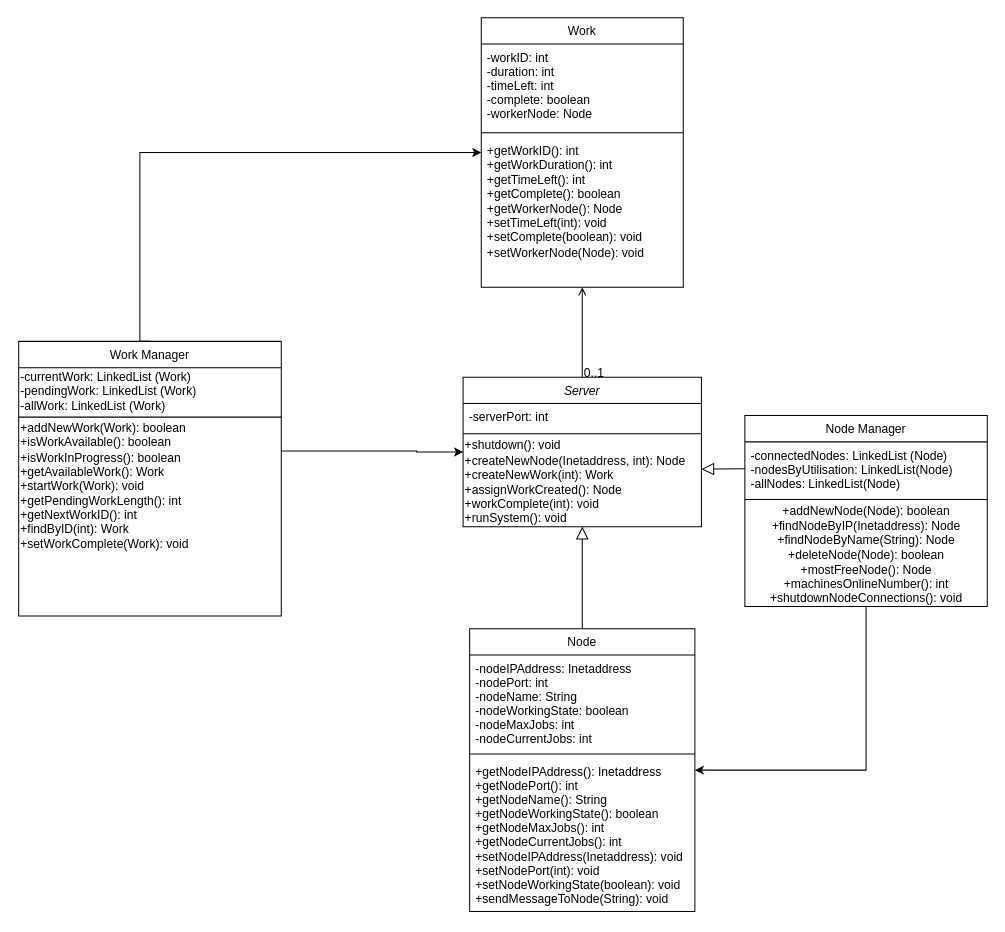
aangu5/COMP27001_Load_Balancer_Server keeps this draw.io diagram as Server Class Diagram.drawio. Above is the earlier version. Source tidied: cells renumbered, new cells numbered last; positions are measured from the earlier drawing's top-left corner, leaving out a move shared by most shapes. Both pictures are drawn from the tidied source at 101%, with x=0, y=0 at pixel (18, 17).
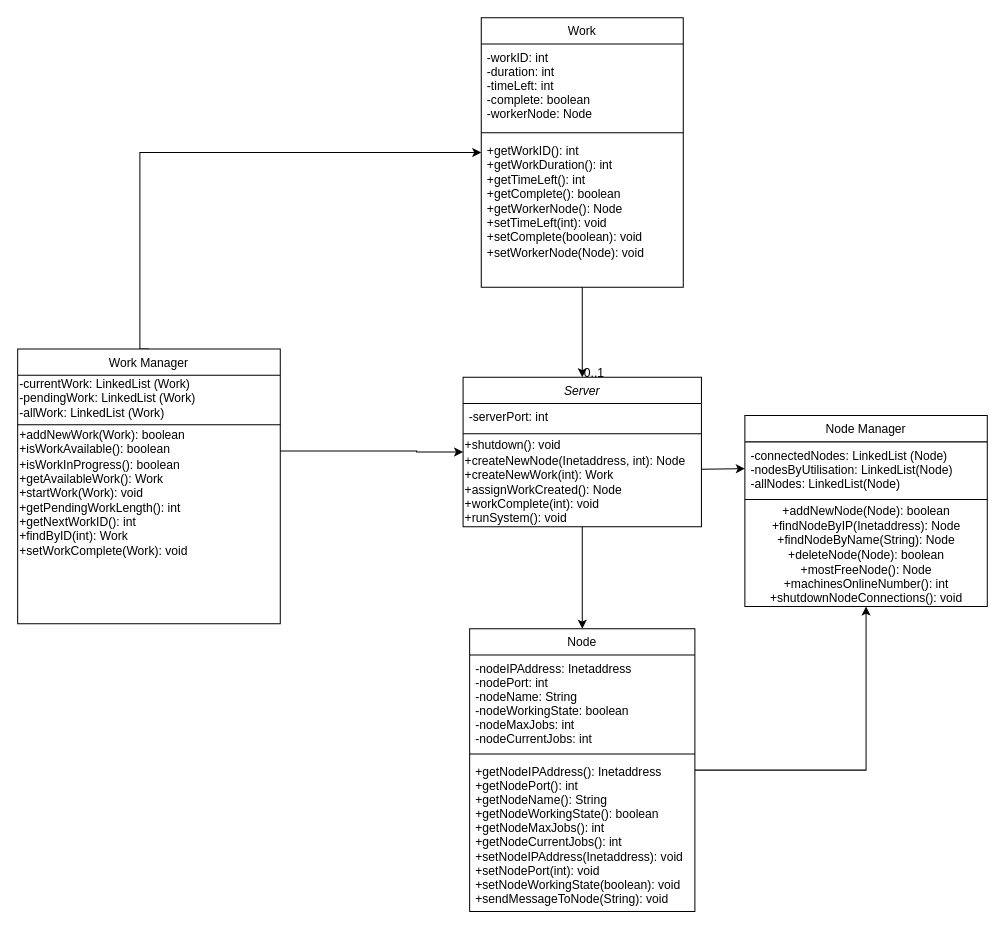
After the change.

Unchanged cells that the change refers to:
```xml
<mxCell id="8" value="Work" style="swimlane;fontStyle=0;align=center;verticalAlign=top;horizontal=1;startSize=26;rounded=0;shadow=0;strokeWidth=1;" parent="1" vertex="1">
  <mxGeometry x="458" width="200" height="267" as="geometry" />
</mxCell>
<mxCell id="13" value="Node Manager" style="swimlane;fontStyle=0;align=center;verticalAlign=top;horizontal=1;startSize=26;rounded=0;shadow=0;strokeWidth=1;" parent="1" vertex="1">
  <mxGeometry x="719" y="394" width="240" height="189" as="geometry" />
</mxCell>
<mxCell id="14" value="-connectedNodes: LinkedList (Node)&#10;-nodesByUtilisation: LinkedList(Node)&#10;-allNodes: LinkedList(Node)&#10;" style="text;align=left;verticalAlign=top;spacingLeft=4;spacingRight=4;overflow=hidden;points=[[0,0.5],[1,0.5]];portConstraint=eastwest;" parent="13" vertex="1">
  <mxGeometry y="26" width="240" height="53" as="geometry" />
</mxCell>
<mxCell id="17" value="Node" style="swimlane;fontStyle=0;align=center;verticalAlign=top;horizontal=1;startSize=26;rounded=0;shadow=0;strokeWidth=1;" parent="1" vertex="1">
  <mxGeometry x="446.5" y="605" width="223" height="280" as="geometry" />
</mxCell>
<mxCell id="21" value="Server" style="swimlane;fontStyle=2;align=center;verticalAlign=top;horizontal=1;startSize=26;rounded=0;shadow=0;strokeWidth=1;" parent="1" vertex="1">
  <mxGeometry x="440" y="356" width="236" height="148" as="geometry" />
</mxCell>
```

Diff of the diagram source:
```diff
@@
-    <mxCell id="2" style="endArrow=block;endSize=10;endFill=0;shadow=0;strokeWidth=1;rounded=0;edgeStyle=elbowEdgeStyle;elbow=vertical;" parent="1" edge="1" source="17" target="21">
+    <mxCell id="2" style="endArrow=none;endSize=10;endFill=0;shadow=0;strokeWidth=1;rounded=0;edgeStyle=elbowEdgeStyle;elbow=vertical;startArrow=classic;startFill=1;" parent="1" edge="1" source="17" target="21">
       <mxGeometry relative="1" as="geometry" />
     </mxCell>
-    <mxCell id="3" style="endArrow=block;endSize=10;endFill=0;shadow=0;strokeWidth=1;rounded=0;edgeStyle=elbowEdgeStyle;elbow=vertical;exitX=0;exitY=0.5;exitDx=0;exitDy=0;" parent="1" edge="1" source="14" target="21">
+    <mxCell id="3" style="endArrow=none;endSize=10;endFill=0;shadow=0;strokeWidth=1;rounded=0;edgeStyle=elbowEdgeStyle;elbow=vertical;exitX=0;exitY=0.5;exitDx=0;exitDy=0;startArrow=classic;startFill=1;" parent="1" edge="1" source="14" target="21">
       <mxGeometry relative="1" as="geometry" />
     </mxCell>
-    <mxCell id="4" style="endArrow=open;shadow=0;strokeWidth=1;strokeColor=#000000;rounded=0;endFill=1;edgeStyle=elbowEdgeStyle;elbow=vertical;" parent="1" edge="1" source="21" target="8">
+    <mxCell id="4" style="endArrow=none;shadow=0;strokeWidth=1;strokeColor=#000000;rounded=0;endFill=0;edgeStyle=elbowEdgeStyle;elbow=vertical;startArrow=classic;startFill=1;" parent="1" edge="1" source="21" target="8">
       <mxGeometry x="0.5" y="41" relative="1" as="geometry">
         <mxPoint x="-40" y="32" as="offset" />
       </mxGeometry>
     </mxCell>
@@
-    <mxCell id="6" style="edgeStyle=orthogonalEdgeStyle;rounded=0;jettySize=auto;html=1;exitX=0.5;exitY=0;exitDx=0;exitDy=0;entryX=0;entryY=0.5;entryDx=0;entryDy=0;" parent="1" edge="1" source="25" target="8">
+    <mxCell id="6" style="edgeStyle=orthogonalEdgeStyle;rounded=0;jettySize=auto;html=1;exitX=0;exitY=0.5;exitDx=0;exitDy=0;entryX=0.5;entryY=0;entryDx=0;entryDy=0;startArrow=classic;startFill=1;endArrow=none;endFill=0;" parent="1" edge="1" source="8" target="25">
       <mxGeometry relative="1" as="geometry">
         <Array as="points">
           <mxPoint x="120" y="134" />
         </Array>
       </mxGeometry>
     </mxCell>
-    <mxCell id="7" style="edgeStyle=orthogonalEdgeStyle;rounded=0;jettySize=auto;html=1;entryX=0;entryY=0.5;entryDx=0;entryDy=0;" parent="1" edge="1" source="25" target="21">
+    <mxCell id="7" style="edgeStyle=orthogonalEdgeStyle;rounded=0;jettySize=auto;html=1;startArrow=classic;startFill=1;endArrow=none;endFill=0;exitX=0;exitY=0.5;exitDx=0;exitDy=0;" parent="1" edge="1" source="21" target="25">
       <mxGeometry relative="1" as="geometry">
         <Array as="points">
+          <mxPoint x="394" y="430" />
           <mxPoint x="394" y="429" />
-          <mxPoint x="394" y="430" />
         </Array>
       </mxGeometry>
     </mxCell>
@@
-    <mxCell id="12" style="edgeStyle=orthogonalEdgeStyle;rounded=0;jettySize=auto;html=1;exitX=0.5;exitY=1;exitDx=0;exitDy=0;" parent="1" edge="1" source="13" target="17">
+    <mxCell id="12" style="edgeStyle=orthogonalEdgeStyle;rounded=0;jettySize=auto;html=1;exitX=0.5;exitY=1;exitDx=0;exitDy=0;startArrow=classic;startFill=1;endArrow=none;endFill=0;" parent="1" edge="1" source="13" target="17">
       <mxGeometry relative="1" as="geometry">
         <Array as="points">
           <mxPoint x="839" y="745" />
         </Array>
       </mxGeometry>
     </mxCell>
@@
     <mxCell id="25" value="Work Manager" style="swimlane;fontStyle=0;align=center;verticalAlign=top;horizontal=1;startSize=26;rounded=0;shadow=0;strokeWidth=1;" parent="1" vertex="1">
-      <mxGeometry y="320.5" width="260" height="272" as="geometry" />
+      <mxGeometry x="-1" y="328" width="260" height="272" as="geometry" />
     </mxCell>
```
